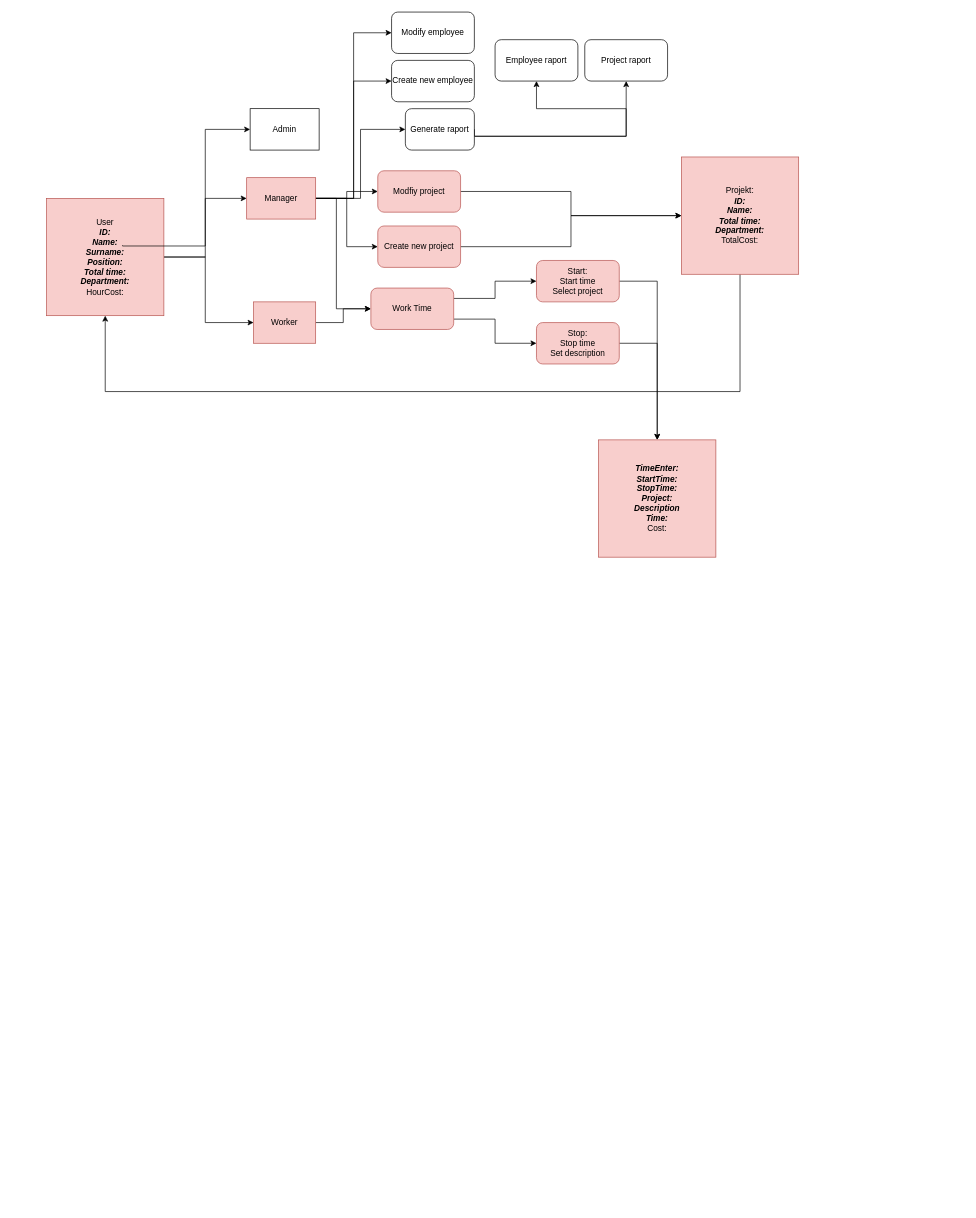
Above: Infoshare diagram.drawio in Tomasz98Zukowski/TripBudgetApp (draw.io), before the change. Source tidied: cells renumbered, new cells numbered last; positions are measured from the earlier drawing's top-left corner, leaving out a move shared by most shapes. Both pictures are drawn from the tidied source at 69%, with x=0, y=0 at pixel (46, 12).
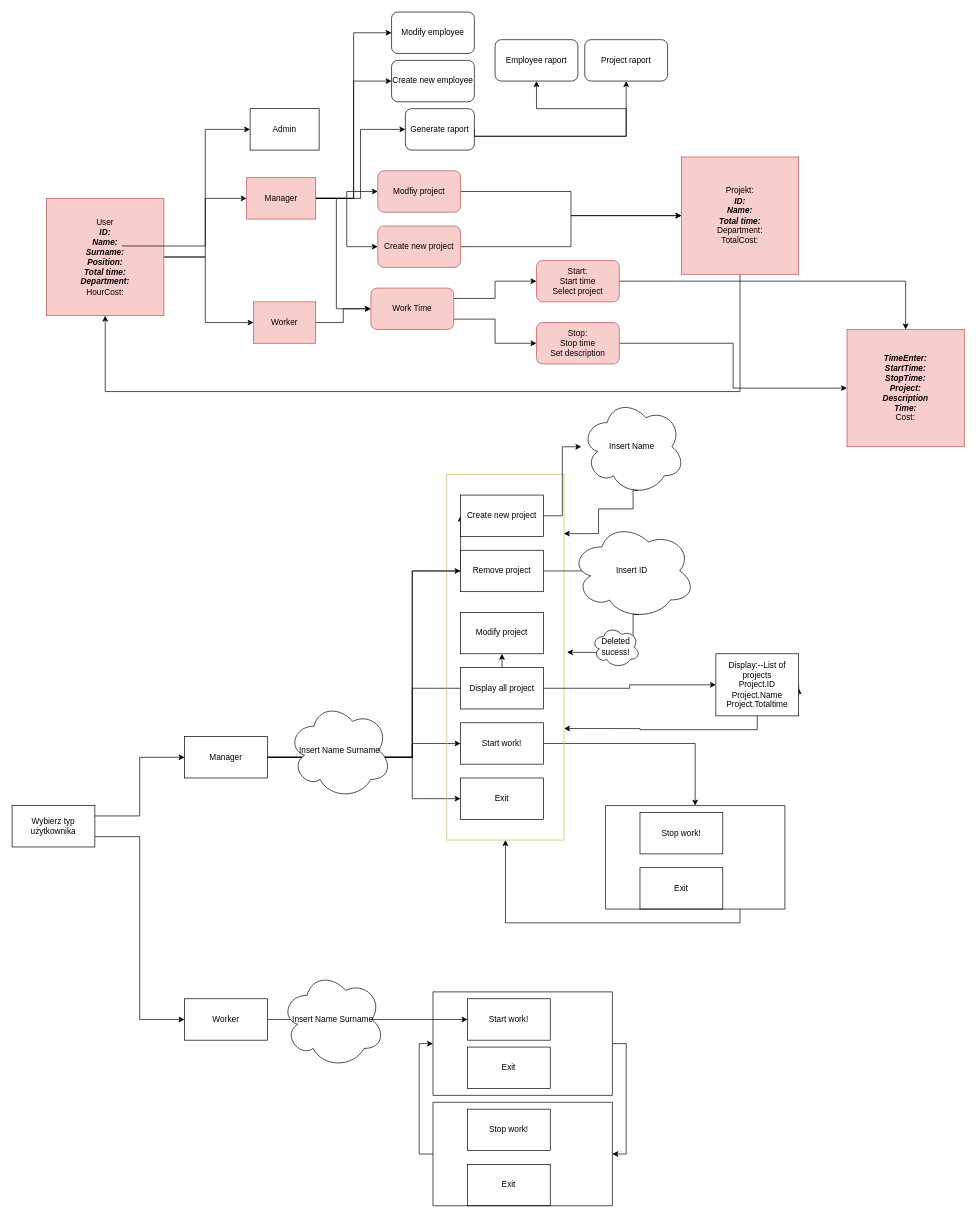
The same page after the edit.

The edit, as a diff of the source:
```diff
@@
-    <mxCell id="27" value="Projekt:&lt;br&gt;&lt;i&gt;&lt;b&gt;ID:&lt;br&gt;Name:&lt;br&gt;Total time:&lt;br&gt;Department:&lt;/b&gt;&lt;/i&gt;&lt;br&gt;TotalCost:" style="rounded=0;whiteSpace=wrap;html=1;fillColor=#f8cecc;strokeColor=#b85450;" parent="1" vertex="1">
+    <mxCell id="27" value="Projekt:&lt;br&gt;&lt;i style=&quot;font-weight: bold;&quot;&gt;ID:&lt;/i&gt;&lt;br&gt;&lt;i style=&quot;font-weight: bold;&quot;&gt;Name:&lt;/i&gt;&lt;br&gt;&lt;i style=&quot;font-weight: bold;&quot;&gt;Total time:&lt;/i&gt;&lt;br&gt;Department:&lt;br&gt;TotalCost:" style="rounded=0;whiteSpace=wrap;html=1;fillColor=#f8cecc;strokeColor=#b85450;" parent="1" vertex="1">
       <mxGeometry x="920" y="210" width="170" height="170" as="geometry" />
     </mxCell>
@@
     <mxCell id="34" value="&lt;b&gt;&lt;i&gt;TimeEnter:&lt;br&gt;StartTime:&lt;br&gt;StopTime:&lt;br&gt;Project:&lt;br&gt;Description&lt;br&gt;Time:&lt;/i&gt;&lt;/b&gt;&lt;br&gt;Cost:" style="rounded=0;whiteSpace=wrap;html=1;fillColor=#f8cecc;strokeColor=#b85450;" parent="1" vertex="1">
-      <mxGeometry x="800" y="620" width="170" height="170" as="geometry" />
+      <mxGeometry x="1160" y="460" width="170" height="170" as="geometry" />
     </mxCell>
@@
+    <mxCell id="37" style="edgeStyle=orthogonalEdgeStyle;rounded=0;jettySize=auto;html=1;exitX=1;exitY=0.25;exitDx=0;exitDy=0;entryX=0;entryY=0.5;entryDx=0;entryDy=0;" parent="1" edge="1" source="39" target="44">
+      <mxGeometry relative="1" as="geometry" />
+    </mxCell>
+    <mxCell id="38" style="edgeStyle=orthogonalEdgeStyle;rounded=0;jettySize=auto;html=1;exitX=1;exitY=0.75;exitDx=0;exitDy=0;entryX=0;entryY=0.5;entryDx=0;entryDy=0;" parent="1" edge="1" source="39" target="46">
+      <mxGeometry relative="1" as="geometry" />
+    </mxCell>
+    <mxCell id="39" value="Wybierz typ użytkownika" style="rounded=0;whiteSpace=wrap;html=1;" parent="1" vertex="1">
+      <mxGeometry x="-50" y="1150" width="120" height="60" as="geometry" />
+    </mxCell>
+    <mxCell id="40" style="edgeStyle=orthogonalEdgeStyle;rounded=0;jettySize=auto;html=1;exitX=1;exitY=0.5;exitDx=0;exitDy=0;entryX=0;entryY=0.5;entryDx=0;entryDy=0;" parent="1" edge="1" source="44" target="54">
+      <mxGeometry relative="1" as="geometry">
+        <Array as="points">
+          <mxPoint x="530" y="1080" />
+          <mxPoint x="530" y="810" />
+        </Array>
+      </mxGeometry>
+    </mxCell>
+    <mxCell id="41" style="edgeStyle=orthogonalEdgeStyle;rounded=0;jettySize=auto;html=1;exitX=1;exitY=0.5;exitDx=0;exitDy=0;" parent="1" edge="1" source="44" target="55">
+      <mxGeometry relative="1" as="geometry">
+        <Array as="points">
+          <mxPoint x="530" y="1080" />
+          <mxPoint x="530" y="980" />
+        </Array>
+      </mxGeometry>
+    </mxCell>
+    <mxCell id="42" style="edgeStyle=orthogonalEdgeStyle;rounded=0;jettySize=auto;html=1;exitX=1;exitY=0.5;exitDx=0;exitDy=0;entryX=0;entryY=0.5;entryDx=0;entryDy=0;" parent="1" edge="1" source="44" target="48">
+      <mxGeometry relative="1" as="geometry">
+        <Array as="points">
+          <mxPoint x="530" y="1080" />
+          <mxPoint x="530" y="1060" />
+        </Array>
+      </mxGeometry>
+    </mxCell>
+    <mxCell id="43" style="edgeStyle=orthogonalEdgeStyle;rounded=0;jettySize=auto;html=1;exitX=1;exitY=0.5;exitDx=0;exitDy=0;entryX=0;entryY=0.5;entryDx=0;entryDy=0;" parent="1" edge="1" source="44" target="52">
+      <mxGeometry relative="1" as="geometry">
+        <Array as="points">
+          <mxPoint x="530" y="1080" />
+          <mxPoint x="530" y="1140" />
+        </Array>
+      </mxGeometry>
+    </mxCell>
+    <mxCell id="44" value="Manager" style="rounded=0;whiteSpace=wrap;html=1;" parent="1" vertex="1">
+      <mxGeometry x="200" y="1050" width="120" height="60" as="geometry" />
+    </mxCell>
+    <mxCell id="45" style="edgeStyle=orthogonalEdgeStyle;rounded=0;jettySize=auto;html=1;exitX=1;exitY=0.5;exitDx=0;exitDy=0;entryX=0;entryY=0.5;entryDx=0;entryDy=0;" parent="1" edge="1" source="46" target="49">
+      <mxGeometry relative="1" as="geometry" />
+    </mxCell>
+    <mxCell id="46" value="Worker" style="rounded=0;whiteSpace=wrap;html=1;" parent="1" vertex="1">
+      <mxGeometry x="200" y="1430" width="120" height="60" as="geometry" />
+    </mxCell>
+    <mxCell id="47" style="edgeStyle=orthogonalEdgeStyle;rounded=0;jettySize=auto;html=1;exitX=1;exitY=0.5;exitDx=0;exitDy=0;entryX=0.5;entryY=0;entryDx=0;entryDy=0;" parent="1" edge="1" source="48" target="80">
+      <mxGeometry relative="1" as="geometry" />
+    </mxCell>
+    <mxCell id="48" value="Start work!" style="rounded=0;whiteSpace=wrap;html=1;" parent="1" vertex="1">
+      <mxGeometry x="600" y="1030" width="120" height="60" as="geometry" />
+    </mxCell>
+    <mxCell id="49" value="Start work!" style="rounded=0;whiteSpace=wrap;html=1;" parent="1" vertex="1">
+      <mxGeometry x="610" y="1430" width="120" height="60" as="geometry" />
+    </mxCell>
+    <mxCell id="50" value="Stop work!" style="rounded=0;whiteSpace=wrap;html=1;" parent="1" vertex="1">
+      <mxGeometry x="610" y="1590" width="120" height="60" as="geometry" />
+    </mxCell>
+    <mxCell id="51" value="Exit" style="rounded=0;whiteSpace=wrap;html=1;" parent="1" vertex="1">
+      <mxGeometry x="610" y="1670" width="120" height="60" as="geometry" />
+    </mxCell>
+    <mxCell id="52" value="Exit" style="rounded=0;whiteSpace=wrap;html=1;" parent="1" vertex="1">
+      <mxGeometry x="600" y="1110" width="120" height="60" as="geometry" />
+    </mxCell>
+    <mxCell id="53" style="swimlane;startSize=0;fillColor=#fff2cc;strokeColor=#d6b656;" parent="1" vertex="1">
+      <mxGeometry x="580" y="670" width="170" height="530" as="geometry" />
+    </mxCell>
+    <mxCell id="54" value="Create new project" style="rounded=0;whiteSpace=wrap;html=1;" parent="53" vertex="1">
+      <mxGeometry x="20" y="30" width="120" height="60" as="geometry" />
+    </mxCell>
+    <mxCell id="55" value="Modify project" style="rounded=0;whiteSpace=wrap;html=1;" parent="53" vertex="1">
+      <mxGeometry x="20" y="200" width="120" height="60" as="geometry" />
+    </mxCell>
+    <mxCell id="56" style="edgeStyle=orthogonalEdgeStyle;rounded=0;jettySize=auto;html=1;exitX=1;exitY=0.5;exitDx=0;exitDy=0;" parent="53" edge="1" source="57">
+      <mxGeometry relative="1" as="geometry">
+        <mxPoint x="330" y="140" as="targetPoint" />
+      </mxGeometry>
+    </mxCell>
+    <mxCell id="57" value="Remove project" style="rounded=0;whiteSpace=wrap;html=1;" parent="53" vertex="1">
+      <mxGeometry x="20" y="110" width="120" height="60" as="geometry" />
+    </mxCell>
+    <mxCell id="58" style="edgeStyle=orthogonalEdgeStyle;rounded=0;jettySize=auto;html=1;exitX=1;exitY=0.5;exitDx=0;exitDy=0;" parent="53" edge="1" source="60">
+      <mxGeometry relative="1" as="geometry">
+        <mxPoint x="510" y="309.8" as="targetPoint" />
+        <Array as="points">
+          <mxPoint x="510" y="320" />
+          <mxPoint x="510" y="320" />
+        </Array>
+      </mxGeometry>
+    </mxCell>
+    <mxCell id="59" value="Display all project" style="rounded=0;whiteSpace=wrap;html=1;" parent="53" vertex="1">
+      <mxGeometry x="20" y="280" width="120" height="60" as="geometry" />
+    </mxCell>
+    <mxCell id="60" value="Display:--List of projects&lt;br&gt;Project.ID&lt;br&gt;Project.Name&lt;br&gt;Project.Totaltime" style="rounded=0;whiteSpace=wrap;html=1;" parent="53" vertex="1">
+      <mxGeometry x="390" y="260" width="120" height="90" as="geometry" />
+    </mxCell>
+    <mxCell id="61" style="edgeStyle=orthogonalEdgeStyle;rounded=0;jettySize=auto;html=1;exitX=1;exitY=0.5;exitDx=0;exitDy=0;" parent="53" edge="1" source="59" target="60">
+      <mxGeometry relative="1" as="geometry" />
+    </mxCell>
+    <mxCell id="62" style="edgeStyle=orthogonalEdgeStyle;rounded=0;jettySize=auto;html=1;exitX=0.5;exitY=1;exitDx=0;exitDy=0;entryX=1;entryY=0.695;entryDx=0;entryDy=0;entryPerimeter=0;" parent="53" edge="1" source="60" target="53">
+      <mxGeometry relative="1" as="geometry" />
+    </mxCell>
+    <mxCell id="63" value="Exit" style="rounded=0;whiteSpace=wrap;html=1;" parent="1" vertex="1">
+      <mxGeometry x="610" y="1500" width="120" height="60" as="geometry" />
+    </mxCell>
+    <mxCell id="64" style="edgeStyle=orthogonalEdgeStyle;rounded=0;jettySize=auto;html=1;exitX=1;exitY=0.5;exitDx=0;exitDy=0;entryX=1;entryY=0.5;entryDx=0;entryDy=0;" parent="1" edge="1" source="65" target="67">
+      <mxGeometry relative="1" as="geometry" />
+    </mxCell>
+    <mxCell id="65" style="swimlane;startSize=0;" parent="1" vertex="1">
+      <mxGeometry x="560" y="1420" width="260" height="150" as="geometry" />
+    </mxCell>
+    <mxCell id="66" style="edgeStyle=orthogonalEdgeStyle;rounded=0;jettySize=auto;html=1;exitX=0;exitY=0.5;exitDx=0;exitDy=0;entryX=0;entryY=0.5;entryDx=0;entryDy=0;" parent="1" edge="1" source="67" target="65">
+      <mxGeometry relative="1" as="geometry" />
+    </mxCell>
+    <mxCell id="67" style="swimlane;startSize=0;" parent="1" vertex="1">
+      <mxGeometry x="560" y="1580" width="260" height="150" as="geometry" />
+    </mxCell>
+    <mxCell id="68" style="edgeStyle=orthogonalEdgeStyle;rounded=0;jettySize=auto;html=1;exitX=0.875;exitY=0.5;exitDx=0;exitDy=0;exitPerimeter=0;entryX=0;entryY=0.5;entryDx=0;entryDy=0;" parent="1" edge="1" source="69" target="57">
+      <mxGeometry relative="1" as="geometry">
+        <Array as="points">
+          <mxPoint x="481" y="1080" />
+          <mxPoint x="530" y="1080" />
+          <mxPoint x="530" y="810" />
+        </Array>
+      </mxGeometry>
+    </mxCell>
+    <mxCell id="69" value="Insert Name Surname" style="ellipse;shape=cloud;whiteSpace=wrap;html=1;" parent="1" vertex="1">
+      <mxGeometry x="350" y="1000" width="150" height="140" as="geometry" />
+    </mxCell>
+    <mxCell id="70" value="Insert Name Surname" style="ellipse;shape=cloud;whiteSpace=wrap;html=1;" parent="1" vertex="1">
+      <mxGeometry x="340" y="1390" width="150" height="140" as="geometry" />
+    </mxCell>
+    <mxCell id="71" value="Insert ID&amp;nbsp;&lt;br&gt;" style="ellipse;shape=cloud;whiteSpace=wrap;html=1;" parent="1" vertex="1">
+      <mxGeometry x="760" y="740" width="180" height="140" as="geometry" />
+    </mxCell>
+    <mxCell id="72" value="Insert Name&amp;nbsp;" style="ellipse;shape=cloud;whiteSpace=wrap;html=1;" parent="1" vertex="1">
+      <mxGeometry x="775" y="560" width="150" height="140" as="geometry" />
+    </mxCell>
+    <mxCell id="73" style="edgeStyle=orthogonalEdgeStyle;rounded=0;jettySize=auto;html=1;exitX=0.55;exitY=0.95;exitDx=0;exitDy=0;exitPerimeter=0;entryX=1.025;entryY=0.486;entryDx=0;entryDy=0;entryPerimeter=0;" parent="1" edge="1" source="71" target="53">
+      <mxGeometry relative="1" as="geometry">
+        <Array as="points">
+          <mxPoint x="850" y="873" />
+          <mxPoint x="850" y="928" />
+          <mxPoint x="770" y="928" />
+        </Array>
+      </mxGeometry>
+    </mxCell>
+    <mxCell id="74" value="Deleted sucess!" style="ellipse;shape=cloud;whiteSpace=wrap;html=1;" parent="1" vertex="1">
+      <mxGeometry x="790" y="890" width="70" height="60" as="geometry" />
+    </mxCell>
+    <mxCell id="75" style="edgeStyle=orthogonalEdgeStyle;rounded=0;jettySize=auto;html=1;exitX=1;exitY=0.5;exitDx=0;exitDy=0;" parent="1" edge="1" source="54" target="72">
+      <mxGeometry relative="1" as="geometry" />
+    </mxCell>
+    <mxCell id="76" style="edgeStyle=orthogonalEdgeStyle;rounded=0;jettySize=auto;html=1;exitX=0.55;exitY=0.95;exitDx=0;exitDy=0;exitPerimeter=0;entryX=0.998;entryY=0.162;entryDx=0;entryDy=0;entryPerimeter=0;" parent="1" edge="1" source="72" target="53">
+      <mxGeometry relative="1" as="geometry">
+        <Array as="points">
+          <mxPoint x="850" y="693" />
+          <mxPoint x="850" y="720" />
+          <mxPoint x="800" y="720" />
+          <mxPoint x="800" y="756" />
+        </Array>
+      </mxGeometry>
+    </mxCell>
+    <mxCell id="77" value="Stop work!" style="rounded=0;whiteSpace=wrap;html=1;" parent="1" vertex="1">
+      <mxGeometry x="860" y="1160" width="120" height="60" as="geometry" />
+    </mxCell>
+    <mxCell id="78" value="Exit" style="rounded=0;whiteSpace=wrap;html=1;" parent="1" vertex="1">
+      <mxGeometry x="860" y="1240" width="120" height="60" as="geometry" />
+    </mxCell>
+    <mxCell id="79" style="edgeStyle=orthogonalEdgeStyle;rounded=0;jettySize=auto;html=1;exitX=0.75;exitY=1;exitDx=0;exitDy=0;entryX=0.5;entryY=1;entryDx=0;entryDy=0;" parent="1" edge="1" source="80" target="53">
+      <mxGeometry relative="1" as="geometry" />
+    </mxCell>
+    <mxCell id="80" style="swimlane;startSize=0;" parent="1" vertex="1">
+      <mxGeometry x="810" y="1150" width="260" height="150" as="geometry" />
+    </mxCell>
```
